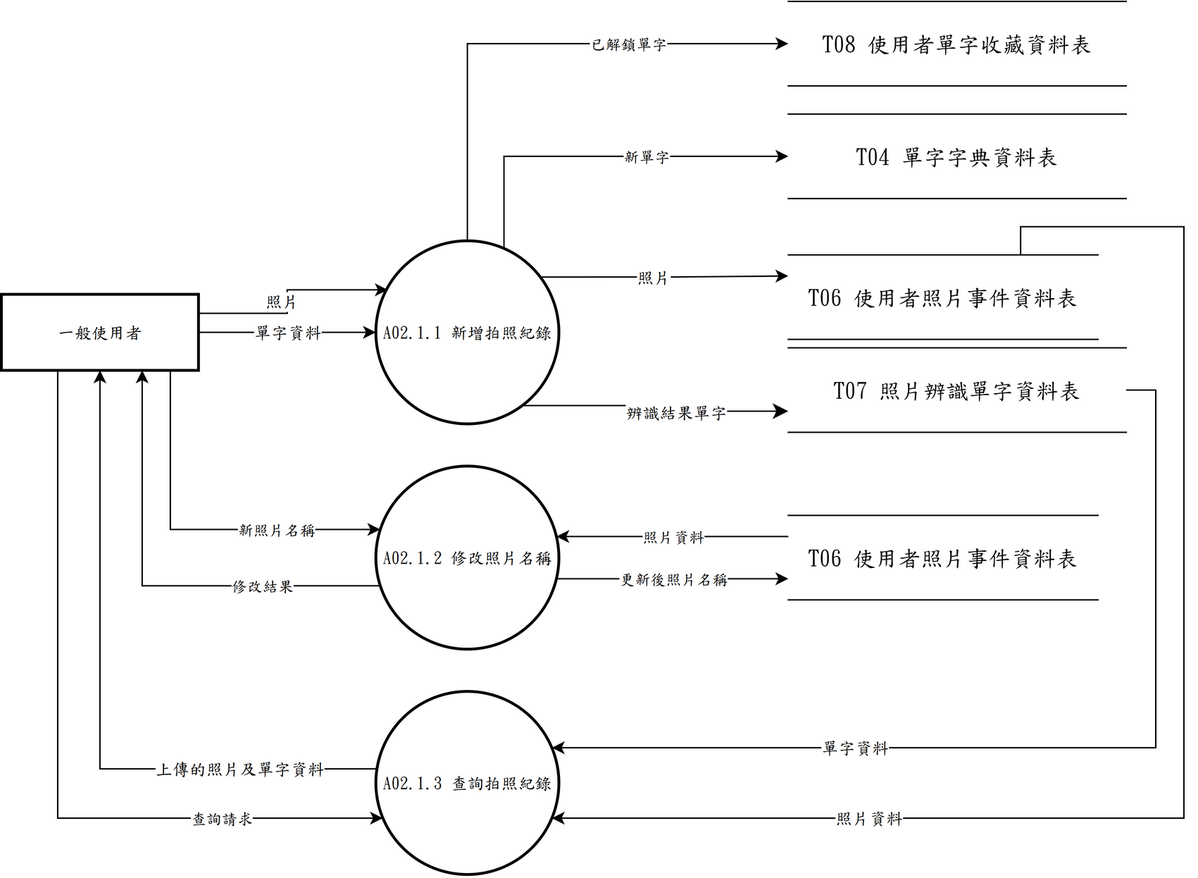
Above: 系統文件/第6章/DFD圖/圖2/新/圖2.1.drawio.png in s22452007/115502 (draw.io), before the change. Source tidied: cells renumbered, new cells last; positions are measured from the earlier drawing's top-left corner, leaving out a move shared by most shapes.
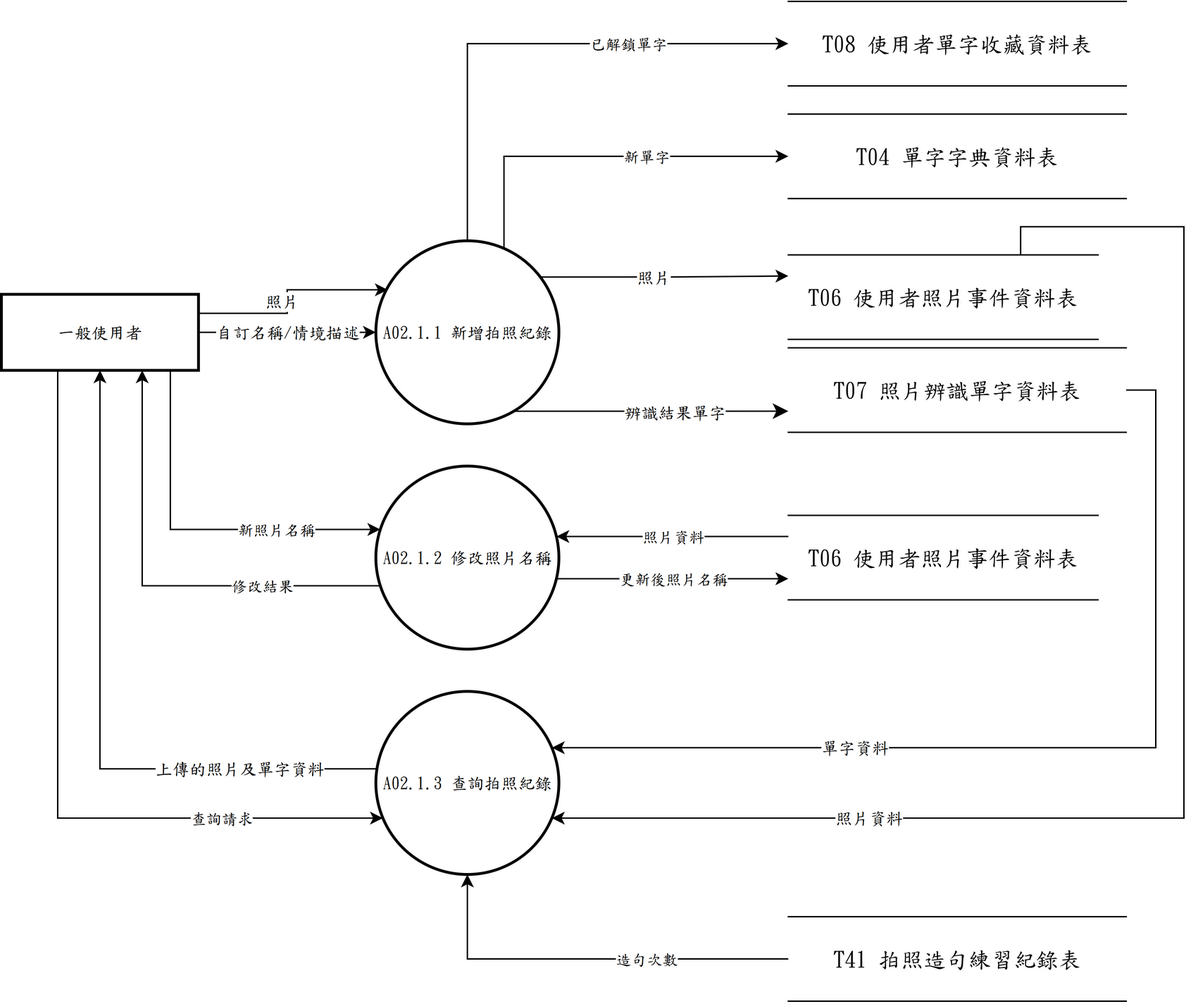
After the change.

The edit, as a diff of the source:
```diff
@@ -8,7 +8,7 @@
     <mxCell id="3" style="edgeStyle=orthogonalEdgeStyle;rounded=0;jettySize=auto;html=1;exitX=1.0000;exitY=0.5000;exitDx=0;exitDy=0;exitPerimeter=0;entryX=0.0000;entryY=0.5000;entryDx=0;entryDy=0;entryPerimeter=0;" parent="1" edge="1" source="2" target="5">
       <mxGeometry relative="1" as="geometry" />
     </mxCell>
-    <mxCell id="4" value="單字資料" style="edgeLabel;html=1;align=center;verticalAlign=middle;fontSize=12;fontFamily=標楷體;" parent="3" vertex="1">
+    <mxCell id="4" value="自訂名稱/情境描述" style="edgeLabel;html=1;align=center;verticalAlign=middle;fontSize=12;fontFamily=標楷體;" parent="3" vertex="1">
       <mxGeometry relative="1" as="geometry" />
     </mxCell>
     <mxCell id="5" value="A02.1.1 新增拍照紀錄" style="ellipse;strokeWidth=2;whiteSpace=wrap;fontFamily=標楷體;fontSize=12;" parent="1" vertex="1">
@@ -41,10 +41,8 @@
     <mxCell id="12" value="上傳的照片及單字資料" style="edgeLabel;html=1;align=center;verticalAlign=middle;fontFamily=標楷體;fontSize=12;" parent="11" vertex="1">
       <mxGeometry x="-0.59" relative="1" as="geometry" />
     </mxCell>
-    <mxCell id="13" style="edgeStyle=orthogonalEdgeStyle;rounded=0;jettySize=auto;html=1;exitX=1;exitY=1;exitDx=0;exitDy=0;entryX=0;entryY=0.75;entryDx=0;entryDy=0;fontSize=12;startSize=8;endSize=8;fontFamily=Times New Roman;" parent="1" edge="1" target="15">
-      <mxGeometry relative="1" as="geometry">
-        <mxPoint x="370" y="287" as="sourcePoint" />
-      </mxGeometry>
+    <mxCell id="13" style="edgeStyle=orthogonalEdgeStyle;rounded=0;jettySize=auto;html=1;exitX=0.754;exitY=0.931;exitPerimeter=0;exitDx=0;exitDy=0;entryX=0;entryY=0.75;entryDx=0;entryDy=0;fontSize=12;startSize=8;endSize=8;fontFamily=Times New Roman;" parent="1" edge="1" source="5" target="15">
+      <mxGeometry relative="1" as="geometry" />
     </mxCell>
     <mxCell id="14" value="&lt;span&gt;辨識結果單字&lt;/span&gt;" style="edgeLabel;html=1;align=center;verticalAlign=middle;fontSize=12;fontFamily=標楷體;" parent="13" vertex="1">
       <mxGeometry x="0.17" y="-1" relative="1" as="geometry" />
@@ -152,5 +150,18 @@
     <mxCell id="38" value="新單字" style="edgeLabel;html=1;align=center;verticalAlign=middle;fontFamily=標楷體;" parent="37" vertex="1">
       <mxGeometry x="0.24" relative="1" as="geometry" />
     </mxCell>
+    <mxCell id="39" value="&lt;span lang=&quot;EN-US&quot; style=&quot;font-size: 12pt;&quot;&gt;T41&amp;nbsp;&lt;/span&gt;&lt;span style=&quot;font-size: 12pt;&quot;&gt;拍照造句練習紀錄表&lt;/span&gt;" style="shape=partialRectangle;whiteSpace=wrap;html=1;left=0;right=0;fontFamily=標楷體;fontSize=12;" parent="1" vertex="1">
+      <mxGeometry x="559" y="650" width="240" height="60" as="geometry" />
+    </mxCell>
+    <mxCell id="40" style="edgeStyle=orthogonalEdgeStyle;rounded=0;jettySize=auto;html=1;exitX=0;exitY=0.5;exitDx=0;exitDy=0;exitPerimeter=0;entryX=0.5;entryY=1;entryDx=0;entryDy=0;entryPerimeter=0;" parent="1" edge="1" source="39" target="16">
+      <mxGeometry relative="1" as="geometry">
+        <Array as="points">
+          <mxPoint x="331" y="680" />
+        </Array>
+      </mxGeometry>
+    </mxCell>
+    <mxCell id="41" value="造句次數" style="edgeLabel;html=1;align=center;verticalAlign=middle;fontFamily=標楷體;" parent="40" vertex="1">
+      <mxGeometry x="-0.3" relative="1" as="geometry" />
+    </mxCell>
   </root>
 </mxGraphModel>
```
